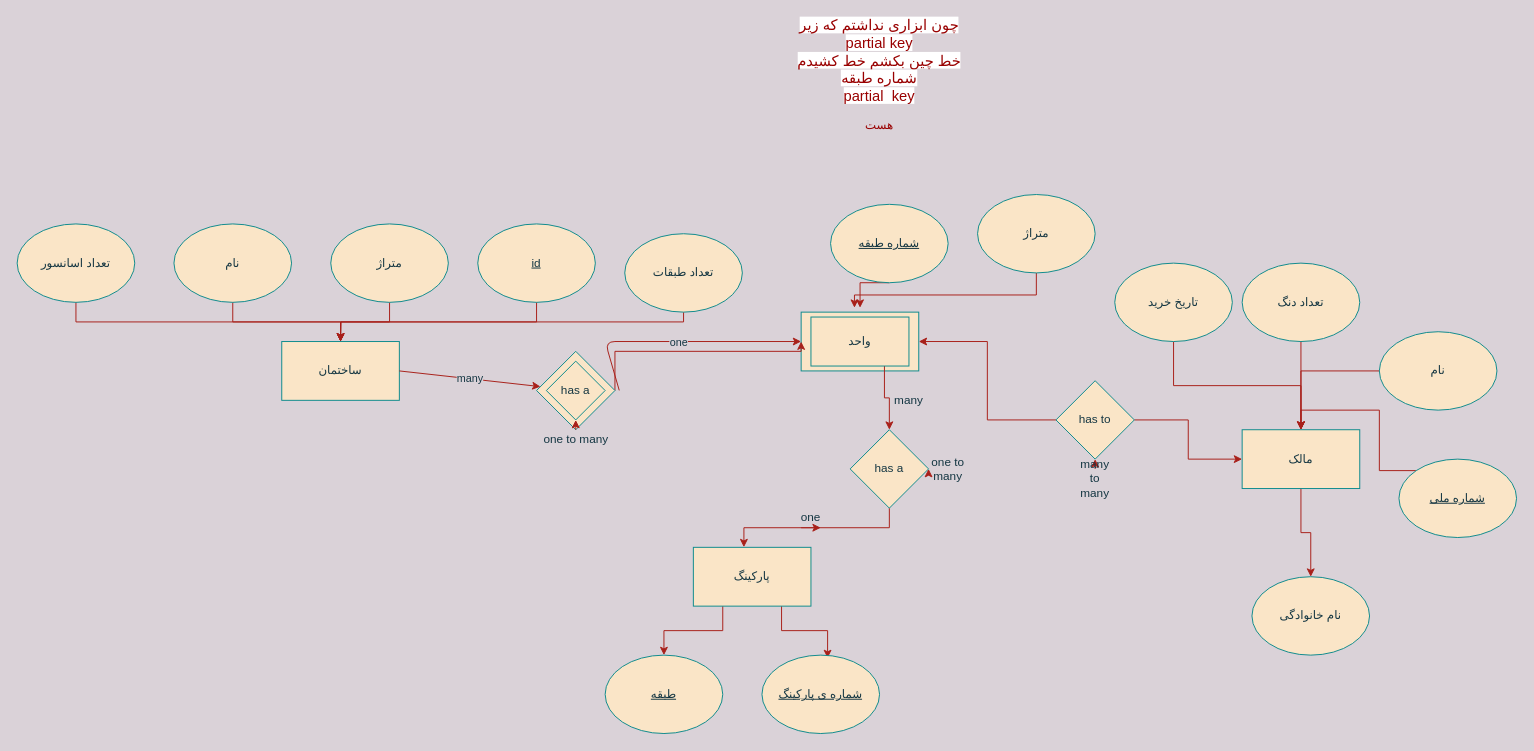
Earlier version of the draw.io diagram exam.drawio (Zoha-bigginer/z). Source tidied: cells renumbered, new cells numbered last; positions are measured from the earlier drawing's top-left corner, leaving out a move shared by most shapes. Both pictures are drawn from the tidied source at 98%, with x=0, y=0 at pixel (17, 18).
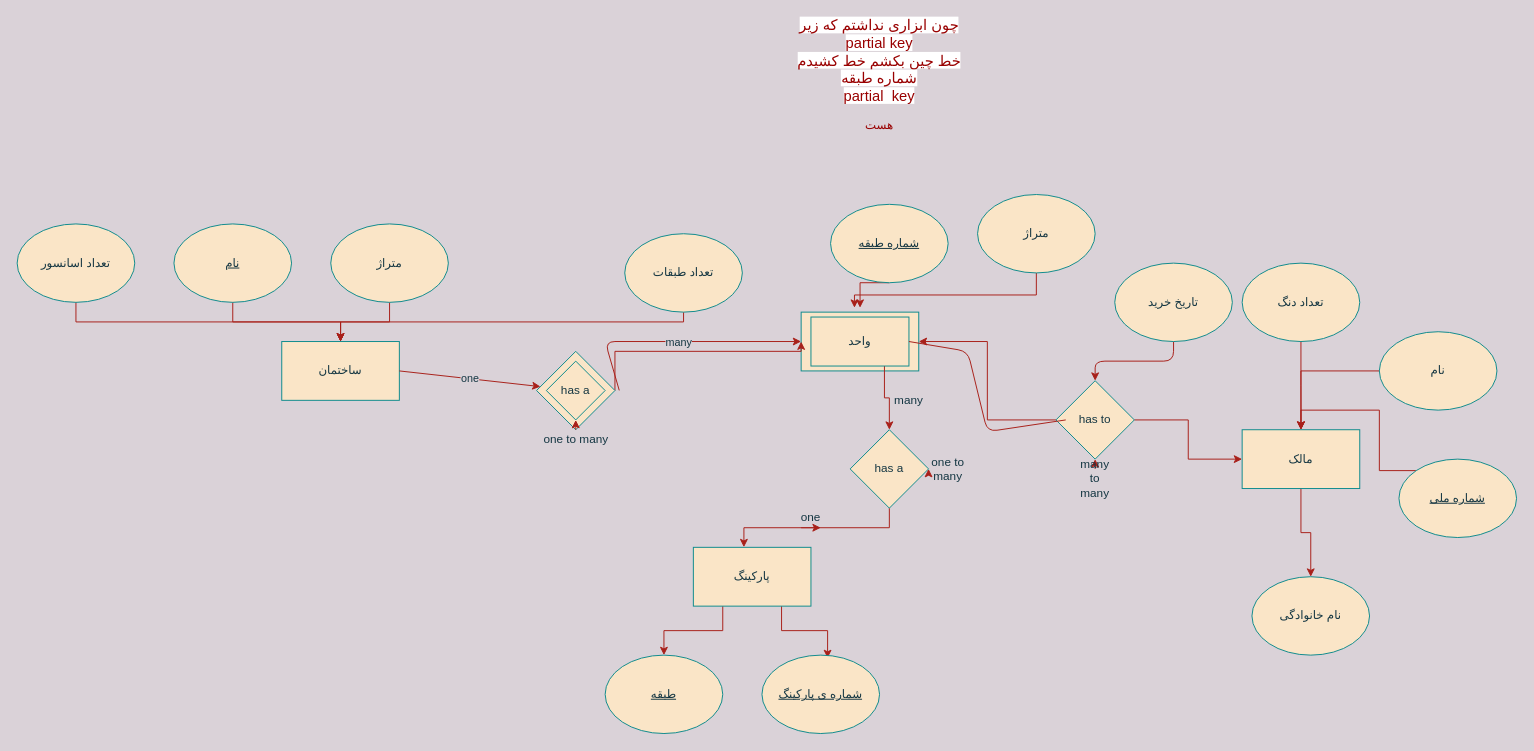
The same diagram, later.

Unchanged cells that the change refers to:
```xml
<mxCell id="13" style="rounded=0;whiteSpace=wrap;html=1;fillColor=none;strokeColor=#0F8B8D;fontColor=#143642;" parent="1" vertex="1">
  <mxGeometry x="810" y="305" width="100" height="50" as="geometry" />
</mxCell>
<mxCell id="26" style="endArrow=classic;html=1;strokeColor=#A8201A;fontColor=#143642;labelBackgroundColor=#DAD2D8;" parent="1" edge="1" target="20">
  <mxGeometry relative="1" as="geometry">
    <mxPoint x="390" y="360" as="sourcePoint" />
  </mxGeometry>
</mxCell>
<mxCell id="29" value="مالک" style="rounded=0;whiteSpace=wrap;html=1;fillColor=#FAE5C7;strokeColor=#0F8B8D;fontColor=#143642;" parent="1" vertex="1">
  <mxGeometry x="1250" y="420" width="120" height="60" as="geometry" />
</mxCell>
<mxCell id="30" style="endArrow=classic;html=1;exitX=1.24;exitY=0.498;exitDx=0;exitDy=0;exitPerimeter=0;strokeColor=#A8201A;fontColor=#143642;labelBackgroundColor=#DAD2D8;" parent="1" edge="1" source="23">
  <mxGeometry relative="1" as="geometry">
    <mxPoint x="800" y="330" as="targetPoint" />
    <Array as="points">
      <mxPoint x="600" y="330" />
    </Array>
  </mxGeometry>
</mxCell>
<mxCell id="50" value="تاریخ خرید" style="ellipse;whiteSpace=wrap;html=1;fillColor=#FAE5C7;strokeColor=#0F8B8D;fontColor=#143642;" parent="1" vertex="1">
  <mxGeometry x="1120" y="250" width="120" height="80" as="geometry" />
</mxCell>
<mxCell id="53" value="has to" style="rhombus;whiteSpace=wrap;html=1;fillColor=#FAE5C7;strokeColor=#0F8B8D;fontColor=#143642;" parent="1" vertex="1">
  <mxGeometry x="1060" y="370" width="80" height="80" as="geometry" />
</mxCell>
```

The edit, as a diff of the source:
```diff
@@
-    <mxCell id="6" value="نام" style="ellipse;whiteSpace=wrap;html=1;fillColor=#FAE5C7;strokeColor=#0F8B8D;fontColor=#143642;" parent="1" vertex="1">
+    <mxCell id="6" value="&lt;u&gt;نام&lt;/u&gt;" style="ellipse;whiteSpace=wrap;html=1;fillColor=#FAE5C7;strokeColor=#0F8B8D;fontColor=#143642;" parent="1" vertex="1">
       <mxGeometry x="160" y="210" width="120" height="80" as="geometry" />
     </mxCell>
-    <mxCell id="7" style="edgeStyle=orthogonalEdgeStyle;rounded=0;jettySize=auto;html=1;exitX=0.5;exitY=1;exitDx=0;exitDy=0;strokeColor=#A8201A;fontColor=#143642;labelBackgroundColor=#DAD2D8;" parent="1" edge="1" source="8">
-      <mxGeometry relative="1" as="geometry">
-        <mxPoint x="330" y="330" as="targetPoint" />
-      </mxGeometry>
-    </mxCell>
-    <mxCell id="8" value="&lt;u&gt;id&lt;/u&gt;" style="ellipse;whiteSpace=wrap;html=1;fillColor=#FAE5C7;strokeColor=#0F8B8D;fontColor=#143642;" parent="1" vertex="1">
-      <mxGeometry x="470" y="210" width="120" height="80" as="geometry" />
-    </mxCell>
@@
-    <mxCell id="27" value="many" style="edgeLabel;html=1;align=center;verticalAlign=middle;fontColor=#143642;labelBackgroundColor=#DAD2D8;" parent="26" vertex="1">
+    <mxCell id="27" value="one" style="edgeLabel;html=1;align=center;verticalAlign=middle;fontColor=#143642;labelBackgroundColor=#DAD2D8;" parent="26" vertex="1">
       <mxGeometry relative="1" as="geometry" />
     </mxCell>
@@
-    <mxCell id="31" value="one" style="edgeLabel;html=1;align=center;verticalAlign=middle;fontColor=#143642;labelBackgroundColor=#DAD2D8;" parent="30" vertex="1">
+    <mxCell id="31" value="many" style="edgeLabel;html=1;align=center;verticalAlign=middle;fontColor=#143642;labelBackgroundColor=#DAD2D8;" parent="30" vertex="1">
       <mxGeometry relative="1" as="geometry" />
     </mxCell>
@@
-    <mxCell id="49" style="edgeStyle=orthogonalEdgeStyle;rounded=0;jettySize=auto;html=1;exitX=0.5;exitY=1;exitDx=0;exitDy=0;entryX=0.5;entryY=0;entryDx=0;entryDy=0;strokeColor=#A8201A;fontColor=#143642;labelBackgroundColor=#DAD2D8;" parent="1" edge="1" source="50" target="29">
-      <mxGeometry relative="1" as="geometry" />
-    </mxCell>
+    <mxCell id="59" style="edgeStyle=orthogonalEdgeStyle;curved=0;rounded=1;sketch=0;jettySize=auto;html=1;exitX=0.5;exitY=1;exitDx=0;exitDy=0;entryX=0.5;entryY=0;entryDx=0;entryDy=0;strokeColor=#A8201A;fillColor=#FAE5C7;fontColor=#143642;" parent="1" edge="1" source="50" target="53">
+      <mxGeometry relative="1" as="geometry" />
+    </mxCell>
@@
+    <mxCell id="60" style="endArrow=none;html=1;strokeColor=#A8201A;fillColor=#FAE5C7;fontColor=#143642;exitX=1;exitY=0.5;exitDx=0;exitDy=0;" parent="1" edge="1" source="13">
+      <mxGeometry relative="1" as="geometry">
+        <mxPoint x="1070" y="410" as="targetPoint" />
+        <Array as="points">
+          <mxPoint x="970" y="340" />
+          <mxPoint x="990" y="422" />
+        </Array>
+      </mxGeometry>
+    </mxCell>
```
